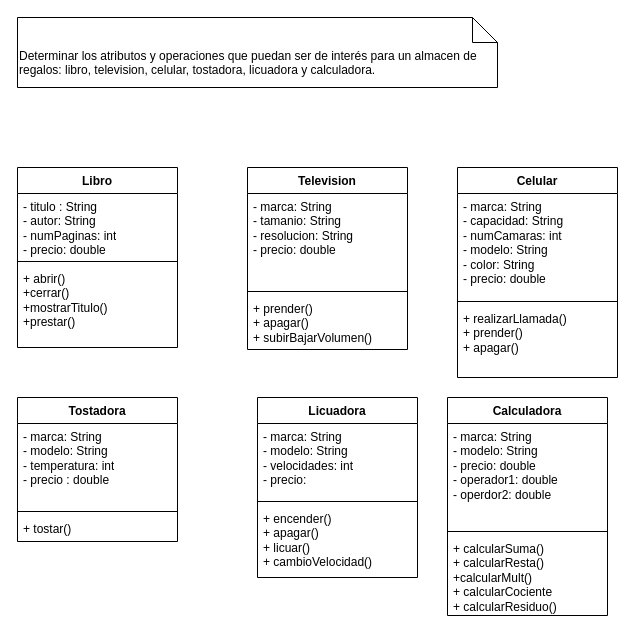
The draw.io diagram DiagraClasesAlmacenRegalos (2).drawio in AED1286-POO-GD-AD24/GHUB.java.AD24.unidadII-practica-LourdesArmenta, before the edit. Source tidied: cells renumbered, new cells numbered last; positions are measured from the earlier drawing's top-left corner, leaving out a move shared by most shapes. Both pictures are drawn from the tidied source at 100%, with x=0, y=0 at pixel (17, 17).
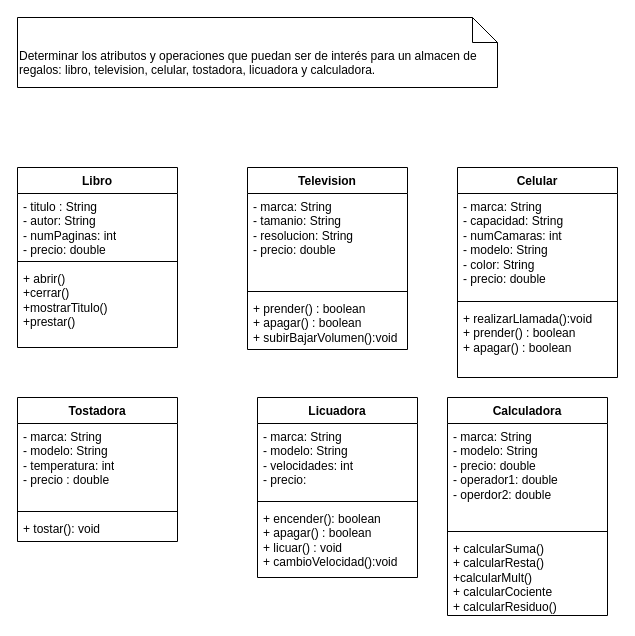
Above is the later version.

Unchanged cells that the change refers to:
```xml
<mxCell id="7" value="Television" style="swimlane;fontStyle=1;align=center;verticalAlign=top;horizontal=1;startSize=26;whiteSpace=wrap;html=1;" parent="1" vertex="1">
  <mxGeometry x="230" y="150" width="160" height="182" as="geometry" />
</mxCell>
<mxCell id="11" value="Celular" style="swimlane;fontStyle=1;align=center;verticalAlign=top;horizontal=1;startSize=26;whiteSpace=wrap;html=1;" parent="1" vertex="1">
  <mxGeometry x="440" y="150" width="160" height="210" as="geometry" />
</mxCell>
<mxCell id="15" value="Tostadora" style="swimlane;fontStyle=1;align=center;verticalAlign=top;horizontal=1;startSize=26;whiteSpace=wrap;html=1;" parent="1" vertex="1">
  <mxGeometry y="380" width="160" height="144" as="geometry" />
</mxCell>
<mxCell id="19" value="Licuadora" style="swimlane;fontStyle=1;align=center;verticalAlign=top;horizontal=1;startSize=26;whiteSpace=wrap;html=1;" parent="1" vertex="1">
  <mxGeometry x="240" y="380" width="160" height="180" as="geometry" />
</mxCell>
```

Diff of the diagram source:
```diff
@@
-    <mxCell id="10" value="+ prender()&lt;div&gt;+ apagar()&lt;/div&gt;&lt;div&gt;+ subirBajarVolumen()&lt;/div&gt;" style="text;strokeColor=none;fillColor=none;align=left;verticalAlign=top;spacingLeft=4;spacingRight=4;overflow=hidden;whiteSpace=wrap;html=1;" parent="7" vertex="1">
+    <mxCell id="10" value="+ prender() : boolean&lt;div&gt;+ apagar() : boolean&lt;/div&gt;&lt;div&gt;+ subirBajarVolumen():void&lt;/div&gt;" style="text;strokeColor=none;fillColor=none;align=left;verticalAlign=top;spacingLeft=4;spacingRight=4;overflow=hidden;whiteSpace=wrap;html=1;" parent="7" vertex="1">
       <mxGeometry y="128" width="160" height="54" as="geometry" />
     </mxCell>
@@
-    <mxCell id="14" value="+ realizarLlamada()&lt;div&gt;+ prender()&lt;/div&gt;&lt;div&gt;+ apagar()&lt;/div&gt;" style="text;strokeColor=none;fillColor=none;align=left;verticalAlign=top;spacingLeft=4;spacingRight=4;overflow=hidden;whiteSpace=wrap;html=1;" parent="11" vertex="1">
+    <mxCell id="14" value="+ realizarLlamada():void&lt;div&gt;+ prender() : boolean&lt;/div&gt;&lt;div&gt;+ apagar() : boolean&lt;/div&gt;" style="text;strokeColor=none;fillColor=none;align=left;verticalAlign=top;spacingLeft=4;spacingRight=4;overflow=hidden;whiteSpace=wrap;html=1;" parent="11" vertex="1">
       <mxGeometry y="138" width="160" height="72" as="geometry" />
     </mxCell>
@@
-    <mxCell id="18" value="+ tostar()" style="text;strokeColor=none;fillColor=none;align=left;verticalAlign=top;spacingLeft=4;spacingRight=4;overflow=hidden;whiteSpace=wrap;html=1;" parent="15" vertex="1">
+    <mxCell id="18" value="+ tostar(): void" style="text;strokeColor=none;fillColor=none;align=left;verticalAlign=top;spacingLeft=4;spacingRight=4;overflow=hidden;whiteSpace=wrap;html=1;" parent="15" vertex="1">
       <mxGeometry y="118" width="160" height="26" as="geometry" />
     </mxCell>
@@
-    <mxCell id="22" value="+ encender()&lt;br&gt;+ apagar()&lt;br&gt;+ licuar()&lt;br&gt;+ cambioVelocidad()" style="text;strokeColor=none;fillColor=none;align=left;verticalAlign=top;spacingLeft=4;spacingRight=4;overflow=hidden;whiteSpace=wrap;html=1;" parent="19" vertex="1">
+    <mxCell id="22" value="+ encender(): boolean&lt;br&gt;+ apagar() : boolean&lt;br&gt;+ licuar() : void&lt;br&gt;+ cambioVelocidad():void" style="text;strokeColor=none;fillColor=none;align=left;verticalAlign=top;spacingLeft=4;spacingRight=4;overflow=hidden;whiteSpace=wrap;html=1;" parent="19" vertex="1">
       <mxGeometry y="108" width="160" height="72" as="geometry" />
     </mxCell>
```
